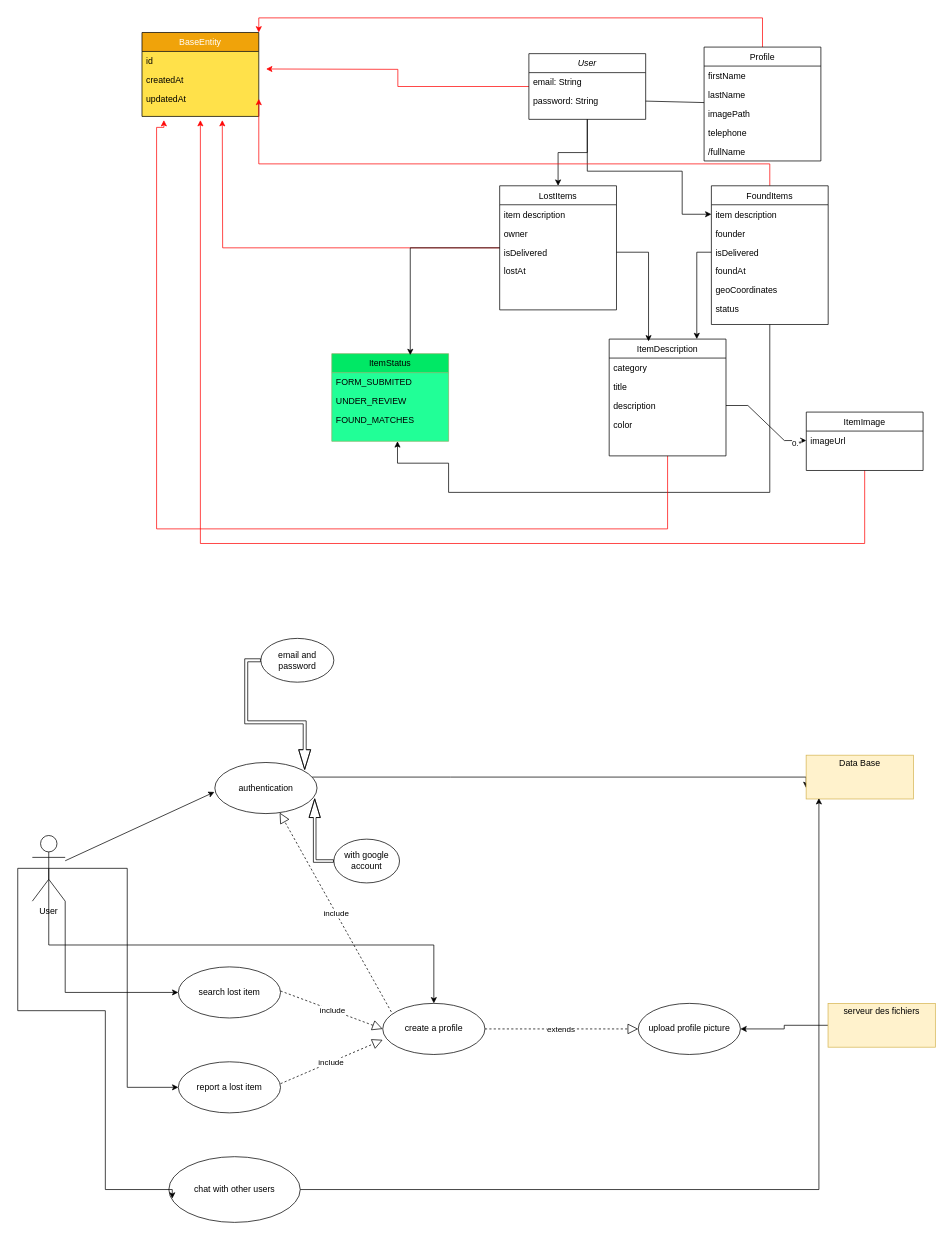
This is Untitled Diagram.drawio from Dabaghi-Anass/content, a draw.io file, before an edit. Source tidied: cells renumbered, new cells numbered last; positions are measured from the earlier drawing's top-left corner, leaving out a move shared by most shapes. Both pictures are drawn from the tidied source at 73%, with x=0, y=0 at pixel (18, 18).
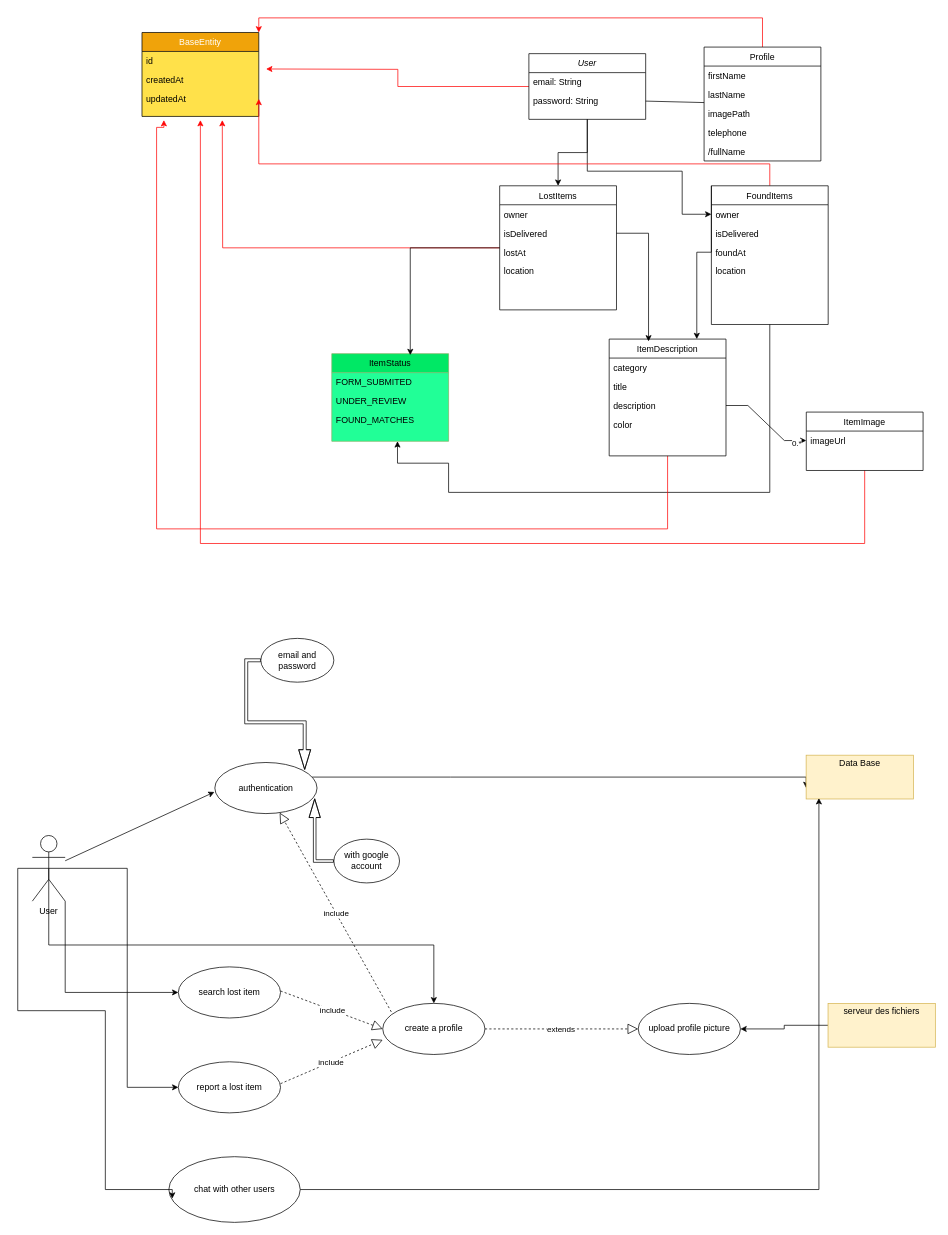
The same diagram, later.

Unchanged cells that the change refers to:
```xml
<mxCell id="5" value="User" style="swimlane;fontStyle=2;align=center;verticalAlign=top;horizontal=1;startSize=26;rounded=0;shadow=0;strokeWidth=1;" parent="1" vertex="1">
  <mxGeometry x="700" y="49" width="160" height="90" as="geometry" />
</mxCell>
<mxCell id="21" value="LostItems" style="swimlane;fontStyle=0;align=center;verticalAlign=top;horizontal=1;startSize=26;rounded=0;shadow=0;strokeWidth=1;" parent="1" vertex="1">
  <mxGeometry x="660" y="230" width="160" height="170" as="geometry" />
</mxCell>
<mxCell id="28" value="FoundItems" style="swimlane;fontStyle=0;align=center;verticalAlign=top;horizontal=1;startSize=26;rounded=0;shadow=0;strokeWidth=1;" parent="1" vertex="1">
  <mxGeometry x="950" y="230" width="160" height="190" as="geometry" />
</mxCell>
<mxCell id="36" value="ItemDescription" style="swimlane;fontStyle=0;align=center;verticalAlign=top;horizontal=1;startSize=26;rounded=0;shadow=0;strokeWidth=1;" parent="1" vertex="1">
  <mxGeometry x="810" y="440" width="160" height="160" as="geometry" />
</mxCell>
```

The edit, as a diff of the source:
```diff
@@
-    <mxCell id="3" style="edgeStyle=orthogonalEdgeStyle;rounded=0;jettySize=auto;html=1;entryX=0;entryY=0.5;entryDx=0;entryDy=0;" parent="1" edge="1" source="5" target="29">
+    <mxCell id="3" style="edgeStyle=orthogonalEdgeStyle;rounded=0;jettySize=auto;html=1;entryX=0;entryY=0.5;entryDx=0;entryDy=0;" parent="1" edge="1" source="5">
       <mxGeometry relative="1" as="geometry">
+        <mxPoint x="950" y="269" as="targetPoint" />
         <Array as="points">
           <mxPoint x="780" y="210" />
           <mxPoint x="910" y="210" />
           <mxPoint x="910" y="269" />
         </Array>
       </mxGeometry>
     </mxCell>
@@
-    <mxCell id="22" value="item description" style="text;align=left;verticalAlign=top;spacingLeft=4;spacingRight=4;overflow=hidden;rounded=0;shadow=0;html=0;" parent="21" vertex="1">
-      <mxGeometry y="26" width="160" height="26" as="geometry" />
-    </mxCell>
     <mxCell id="23" value="owner" style="text;align=left;verticalAlign=top;spacingLeft=4;spacingRight=4;overflow=hidden;rounded=0;shadow=0;html=0;" parent="21" vertex="1">
-      <mxGeometry y="52" width="160" height="26" as="geometry" />
+      <mxGeometry y="26" width="160" height="26" as="geometry" />
     </mxCell>
     <mxCell id="24" value="isDelivered&#10;" style="text;align=left;verticalAlign=top;spacingLeft=4;spacingRight=4;overflow=hidden;points=[[0,0.5],[1,0.5]];portConstraint=eastwest;rounded=0;shadow=0;html=0;" parent="21" vertex="1">
-      <mxGeometry y="78" width="160" height="26" as="geometry" />
+      <mxGeometry y="52" width="160" height="26" as="geometry" />
     </mxCell>
     <mxCell id="25" value="lostAt" style="text;align=left;verticalAlign=top;spacingLeft=4;spacingRight=4;overflow=hidden;rounded=0;shadow=0;html=0;" parent="21" vertex="1">
-      <mxGeometry y="104" width="160" height="26" as="geometry" />
+      <mxGeometry y="78" width="160" height="26" as="geometry" />
     </mxCell>
+    <mxCell id="82" value="location" style="text;align=left;verticalAlign=top;spacingLeft=4;spacingRight=4;overflow=hidden;rounded=0;shadow=0;html=0;" parent="21" vertex="1">
+      <mxGeometry y="104" width="160" height="26" as="geometry" />
+    </mxCell>
@@
-    <mxCell id="29" value="item description" style="text;align=left;verticalAlign=top;spacingLeft=4;spacingRight=4;overflow=hidden;points=[[0,0.5],[1,0.5]];portConstraint=eastwest;rounded=0;shadow=0;html=0;" parent="28" vertex="1">
-      <mxGeometry y="26" width="160" height="26" as="geometry" />
-    </mxCell>
-    <mxCell id="30" value="founder" style="text;align=left;verticalAlign=top;spacingLeft=4;spacingRight=4;overflow=hidden;rounded=0;shadow=0;html=0;" parent="28" vertex="1">
-      <mxGeometry y="52" width="160" height="26" as="geometry" />
+    <mxCell id="30" value="owner&#10;" style="text;align=left;verticalAlign=top;spacingLeft=4;spacingRight=4;overflow=hidden;rounded=0;shadow=0;html=0;" parent="28" vertex="1">
+      <mxGeometry y="26" width="160" height="26" as="geometry" />
     </mxCell>
     <mxCell id="31" value="isDelivered&#10;" style="text;align=left;verticalAlign=top;spacingLeft=4;spacingRight=4;overflow=hidden;points=[[0,0.5],[1,0.5]];portConstraint=eastwest;rounded=0;shadow=0;html=0;" parent="28" vertex="1">
-      <mxGeometry y="78" width="160" height="26" as="geometry" />
+      <mxGeometry y="52" width="160" height="26" as="geometry" />
     </mxCell>
     <mxCell id="32" value="foundAt" style="text;align=left;verticalAlign=top;spacingLeft=4;spacingRight=4;overflow=hidden;rounded=0;shadow=0;html=0;" parent="28" vertex="1">
-      <mxGeometry y="104" width="160" height="26" as="geometry" />
+      <mxGeometry y="78" width="160" height="26" as="geometry" />
     </mxCell>
-    <mxCell id="33" value="geoCoordinates" style="text;align=left;verticalAlign=top;spacingLeft=4;spacingRight=4;overflow=hidden;rounded=0;shadow=0;html=0;" parent="28" vertex="1">
-      <mxGeometry y="130" width="160" height="26" as="geometry" />
+    <mxCell id="33" value="location" style="text;align=left;verticalAlign=top;spacingLeft=4;spacingRight=4;overflow=hidden;rounded=0;shadow=0;html=0;" parent="28" vertex="1">
+      <mxGeometry y="104" width="160" height="26" as="geometry" />
     </mxCell>
-    <mxCell id="34" value="status&#10;" style="text;align=left;verticalAlign=top;spacingLeft=4;spacingRight=4;overflow=hidden;rounded=0;shadow=0;html=0;" parent="28" vertex="1">
-      <mxGeometry y="156" width="160" height="26" as="geometry" />
-    </mxCell>
@@
-    <mxCell id="46" style="edgeStyle=orthogonalEdgeStyle;rounded=0;jettySize=auto;html=1;entryX=0.75;entryY=0;entryDx=0;entryDy=0;" parent="1" edge="1" source="31" target="36">
+    <mxCell id="46" style="edgeStyle=orthogonalEdgeStyle;rounded=0;jettySize=auto;html=1;entryX=0.75;entryY=0;entryDx=0;entryDy=0;exitX=0;exitY=0;exitDx=0;exitDy=0;" parent="1" edge="1" source="28" target="36">
       <mxGeometry relative="1" as="geometry">
         <Array as="points">
+          <mxPoint x="950" y="321" />
           <mxPoint x="930" y="321" />
         </Array>
       </mxGeometry>
     </mxCell>
```
